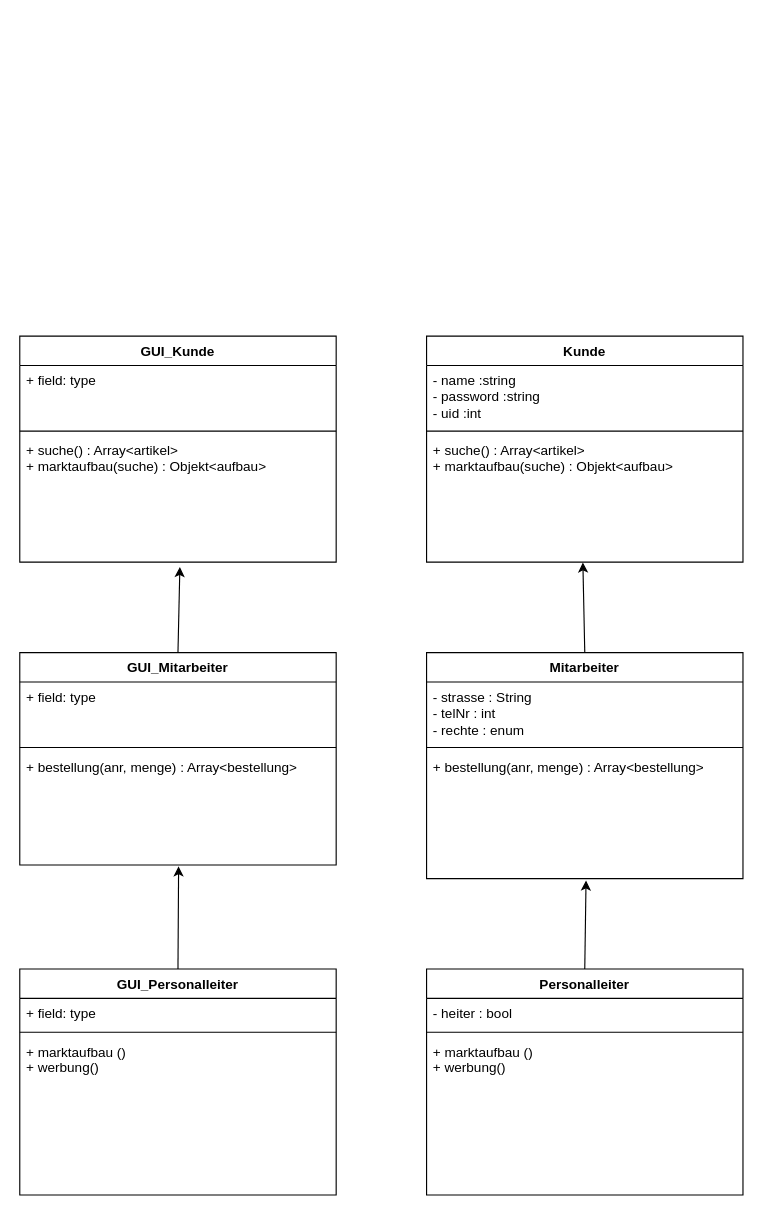
Above: Dokumente/kunde Klassendiagramm.drawio in 53rj/Einzelhandel-Applikation (draw.io), before the change. Source tidied: cells renumbered, new cells numbered last; positions are measured from the earlier drawing's top-left corner, leaving out a move shared by most shapes. Both pictures are drawn from the tidied source at 113%, with x=0, y=0 at pixel (19, 336).
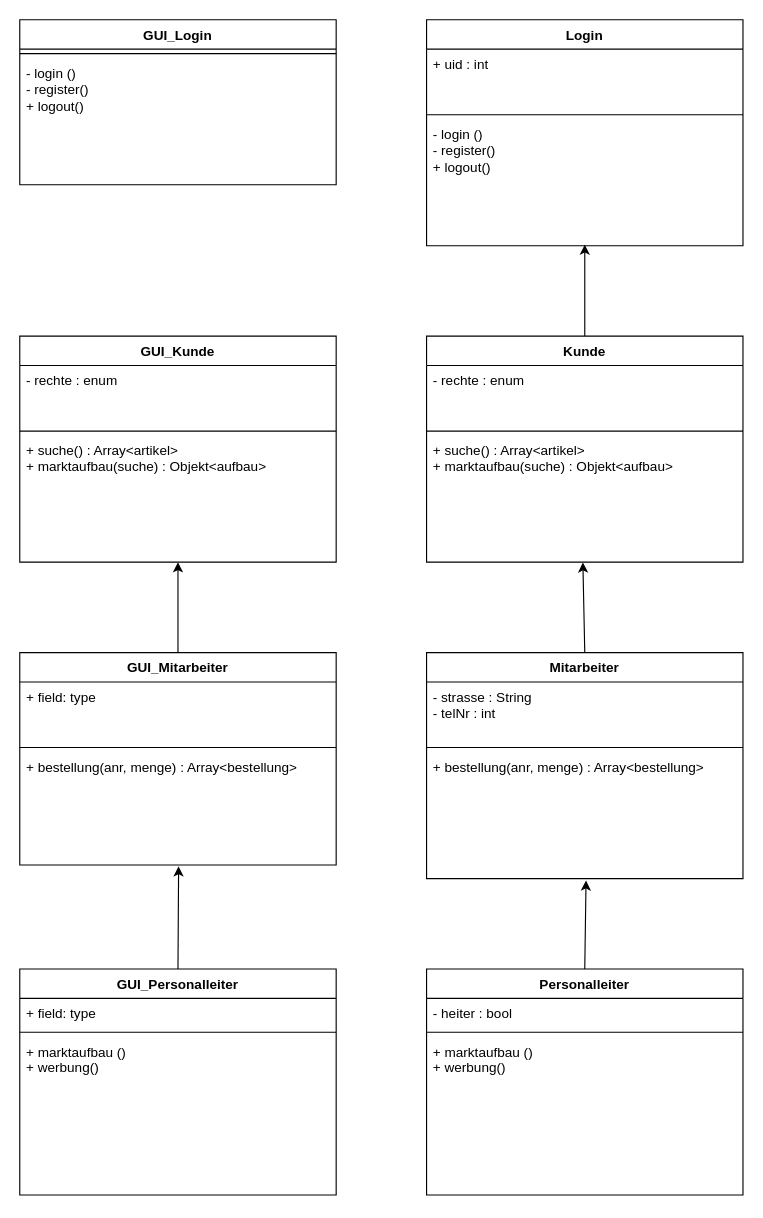
After the change.

Commit message (it also covers changes not shown here):
logout() und uid von GUI in Klasse verschoben

The change refers to these unchanged cells:
```xml
<mxCell id="2" value="Kunde" style="swimlane;fontStyle=1;align=center;verticalAlign=top;horizontal=1;startSize=26;whiteSpace=wrap;html=1;" parent="1" vertex="1">
  <mxGeometry x="360" width="280" height="200" as="geometry" />
</mxCell>
<mxCell id="6" value="GUI_Kunde" style="swimlane;fontStyle=1;align=center;verticalAlign=top;horizontal=1;startSize=26;whiteSpace=wrap;html=1;" parent="1" vertex="1">
  <mxGeometry width="280" height="200" as="geometry" />
</mxCell>
<mxCell id="9" value="+ suche() : Array&amp;lt;artikel&amp;gt;&lt;br&gt;+ marktaufbau(suche) : Objekt&amp;lt;aufbau&amp;gt;&amp;nbsp;" style="text;strokeColor=none;fillColor=none;align=left;verticalAlign=top;spacingLeft=4;spacingRight=4;overflow=hidden;points=[[0,0.5],[1,0.5]];portConstraint=eastwest;whiteSpace=wrap;html=1;" parent="6" vertex="1">
  <mxGeometry y="88" width="280" height="112" as="geometry" />
</mxCell>
<mxCell id="10" value="Mitarbeiter" style="swimlane;fontStyle=1;align=center;verticalAlign=top;horizontal=1;startSize=26;whiteSpace=wrap;html=1;" parent="1" vertex="1">
  <mxGeometry x="360" y="280" width="280" height="200" as="geometry" />
</mxCell>
<mxCell id="22" value="GUI_Mitarbeiter" style="swimlane;fontStyle=1;align=center;verticalAlign=top;horizontal=1;startSize=26;whiteSpace=wrap;html=1;" parent="1" vertex="1">
  <mxGeometry y="280" width="280" height="188" as="geometry" />
</mxCell>
```

What changed in the source:
```diff
@@
+    <mxCell id="30" style="edgeStyle=none;html=1;entryX=0.5;entryY=0.991;entryDx=0;entryDy=0;entryPerimeter=0;" parent="1" edge="1" source="2" target="37">
+      <mxGeometry relative="1" as="geometry" />
+    </mxCell>
@@
-    <mxCell id="3" value="- name :string&lt;br&gt;- password :string&lt;br&gt;- uid :int&lt;br&gt;" style="text;strokeColor=none;fillColor=none;align=left;verticalAlign=top;spacingLeft=4;spacingRight=4;overflow=hidden;whiteSpace=wrap;html=1;" parent="2" vertex="1">
+    <mxCell id="3" value="- rechte : enum" style="text;strokeColor=none;fillColor=none;align=left;verticalAlign=top;spacingLeft=4;spacingRight=4;overflow=hidden;whiteSpace=wrap;html=1;" parent="2" vertex="1">
       <mxGeometry y="26" width="280" height="54" as="geometry" />
     </mxCell>
@@
-    <mxCell id="7" value="+ field: type" style="text;strokeColor=none;fillColor=none;align=left;verticalAlign=top;spacingLeft=4;spacingRight=4;overflow=hidden;whiteSpace=wrap;html=1;" parent="6" vertex="1">
+    <mxCell id="7" value="- rechte : enum" style="text;strokeColor=none;fillColor=none;align=left;verticalAlign=top;spacingLeft=4;spacingRight=4;overflow=hidden;whiteSpace=wrap;html=1;" parent="6" vertex="1">
       <mxGeometry y="26" width="280" height="54" as="geometry" />
     </mxCell>
@@
-    <mxCell id="11" value="- strasse : String&lt;br&gt;- telNr : int&lt;br&gt;- rechte : enum" style="text;strokeColor=none;fillColor=none;align=left;verticalAlign=top;spacingLeft=4;spacingRight=4;overflow=hidden;whiteSpace=wrap;html=1;" parent="10" vertex="1">
+    <mxCell id="11" value="- strasse : String&lt;br&gt;- telNr : int&lt;br&gt;" style="text;strokeColor=none;fillColor=none;align=left;verticalAlign=top;spacingLeft=4;spacingRight=4;overflow=hidden;whiteSpace=wrap;html=1;" parent="10" vertex="1">
       <mxGeometry y="26" width="280" height="54" as="geometry" />
     </mxCell>
@@
-    <mxCell id="28" style="endArrow=classic;html=1;exitX=0.5;exitY=0;exitDx=0;exitDy=0;entryX=0.506;entryY=1.038;entryDx=0;entryDy=0;entryPerimeter=0;" parent="1" edge="1" source="22" target="9">
-      <mxGeometry relative="1" as="geometry" />
+    <mxCell id="28" style="endArrow=classic;html=1;exitX=0.5;exitY=0;exitDx=0;exitDy=0;" parent="1" edge="1" source="22">
+      <mxGeometry relative="1" as="geometry">
+        <mxPoint x="140" y="200" as="targetPoint" />
+      </mxGeometry>
     </mxCell>
@@
+    <mxCell id="31" value="GUI_Login" style="swimlane;fontStyle=1;align=center;verticalAlign=top;horizontal=1;startSize=26;whiteSpace=wrap;html=1;" parent="1" vertex="1">
+      <mxGeometry y="-280" width="280" height="146" as="geometry" />
+    </mxCell>
+    <mxCell id="32" style="line;strokeWidth=1;fillColor=none;align=left;verticalAlign=middle;spacingTop=-1;spacingLeft=3;spacingRight=3;labelPosition=right;strokeColor=inherit;" parent="31" vertex="1">
+      <mxGeometry y="26" width="280" height="8" as="geometry" />
+    </mxCell>
+    <mxCell id="33" value="- login ()&lt;br&gt;- register()&lt;br&gt;+ logout()" style="text;strokeColor=none;fillColor=none;align=left;verticalAlign=top;spacingLeft=4;spacingRight=4;overflow=hidden;whiteSpace=wrap;html=1;" parent="31" vertex="1">
+      <mxGeometry y="34" width="280" height="112" as="geometry" />
+    </mxCell>
+    <mxCell id="34" value="Login&lt;br&gt;" style="swimlane;fontStyle=1;align=center;verticalAlign=top;horizontal=1;startSize=26;whiteSpace=wrap;html=1;" parent="1" vertex="1">
+      <mxGeometry x="360" y="-280" width="280" height="200" as="geometry" />
+    </mxCell>
+    <mxCell id="35" value="+ uid : int" style="text;strokeColor=none;fillColor=none;align=left;verticalAlign=top;spacingLeft=4;spacingRight=4;overflow=hidden;whiteSpace=wrap;html=1;" parent="34" vertex="1">
+      <mxGeometry y="26" width="280" height="54" as="geometry" />
+    </mxCell>
+    <mxCell id="36" style="line;strokeWidth=1;fillColor=none;align=left;verticalAlign=middle;spacingTop=-1;spacingLeft=3;spacingRight=3;labelPosition=right;strokeColor=inherit;" parent="34" vertex="1">
+      <mxGeometry y="80" width="280" height="8" as="geometry" />
+    </mxCell>
+    <mxCell id="37" value="- login ()&lt;br&gt;- register()&lt;br&gt;+ logout()" style="text;strokeColor=none;fillColor=none;align=left;verticalAlign=top;spacingLeft=4;spacingRight=4;overflow=hidden;points=[[0,0.5],[1,0.5]];portConstraint=eastwest;whiteSpace=wrap;html=1;" parent="34" vertex="1">
+      <mxGeometry y="88" width="280" height="112" as="geometry" />
+    </mxCell>
```
